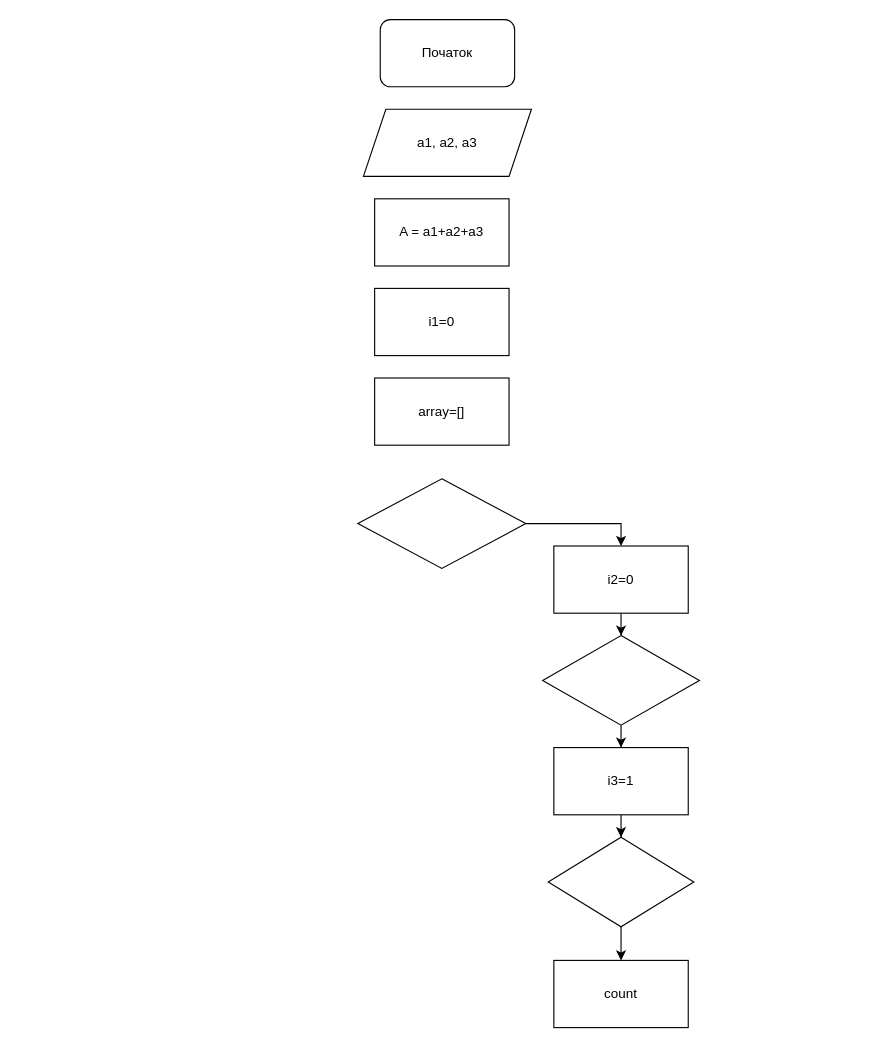
Earlier version of the draw.io diagram Хvar2.drawio (Adamarthis/labs). Source tidied: cells renumbered, new cells numbered last; positions are measured from the earlier drawing's top-left corner, leaving out a move shared by most shapes. Both pictures are drawn from the tidied source at 112%, with x=0, y=0 at pixel (357, 19).
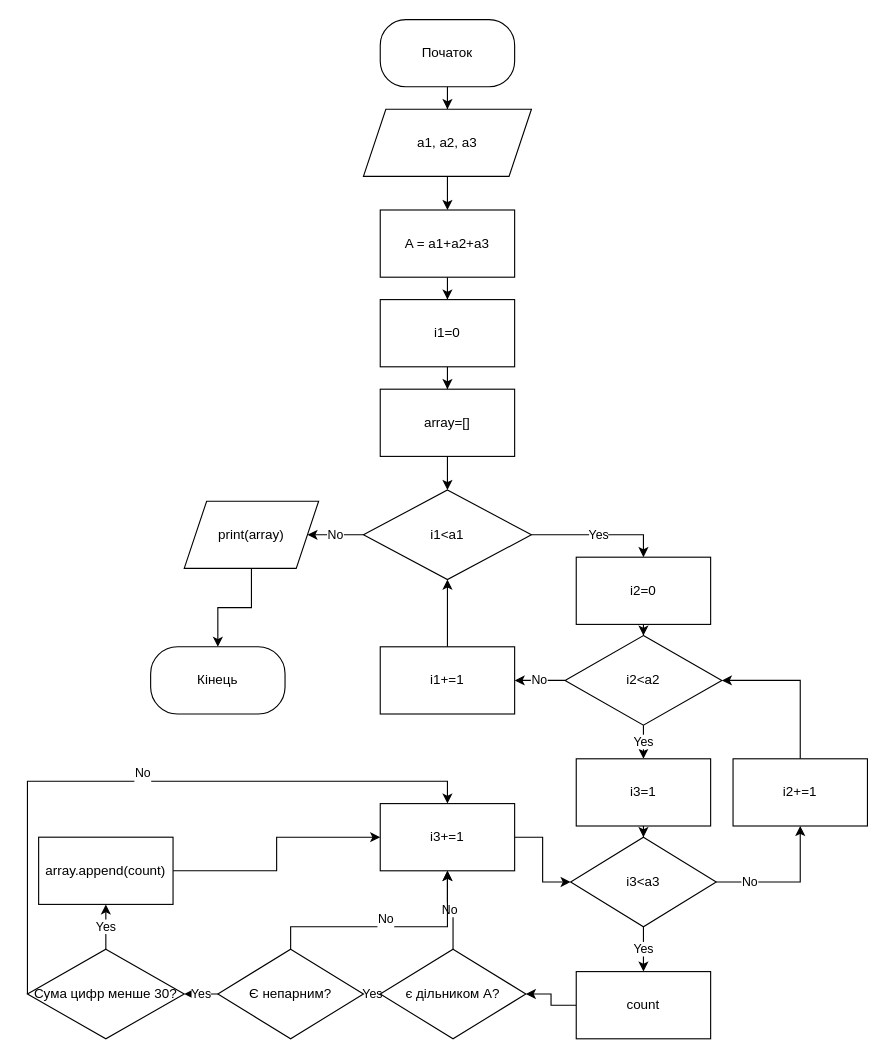
The same diagram, later.

Unchanged cells that the change refers to:
```xml
<mxCell id="3" value="a1, a2, a3" style="shape=parallelogram;perimeter=parallelogramPerimeter;whiteSpace=wrap;html=1;fixedSize=1;" parent="1" vertex="1">
  <mxGeometry x="5" y="80" width="150" height="60" as="geometry" />
</mxCell>
```

Diff of the diagram source:
```diff
@@
+    <mxCell id="18" style="edgeStyle=orthogonalEdgeStyle;rounded=0;jettySize=auto;html=1;entryX=0.5;entryY=0;entryDx=0;entryDy=0;" parent="1" edge="1" source="2" target="3">
+      <mxGeometry relative="1" as="geometry" />
+    </mxCell>
-    <mxCell id="2" value="Початок" style="rounded=1;whiteSpace=wrap;html=1;" parent="1" vertex="1">
+    <mxCell id="2" value="Початок" style="rounded=1;whiteSpace=wrap;html=1;arcSize=38;" parent="1" vertex="1">
       <mxGeometry x="20" width="120" height="60" as="geometry" />
     </mxCell>
+    <mxCell id="19" style="edgeStyle=orthogonalEdgeStyle;rounded=0;jettySize=auto;html=1;entryX=0.5;entryY=0;entryDx=0;entryDy=0;" parent="1" edge="1" source="3" target="4">
+      <mxGeometry relative="1" as="geometry" />
+    </mxCell>
@@
+    <mxCell id="20" style="edgeStyle=orthogonalEdgeStyle;rounded=0;jettySize=auto;html=1;" parent="1" edge="1" source="4" target="5">
+      <mxGeometry relative="1" as="geometry" />
+    </mxCell>
     <mxCell id="4" value="A = a1+a2+a3" style="rounded=0;whiteSpace=wrap;html=1;" parent="1" vertex="1">
-      <mxGeometry x="15" y="160" width="120" height="60" as="geometry" />
+      <mxGeometry x="20" y="170" width="120" height="60" as="geometry" />
     </mxCell>
+    <mxCell id="21" style="edgeStyle=orthogonalEdgeStyle;rounded=0;jettySize=auto;html=1;" parent="1" edge="1" source="5" target="8">
+      <mxGeometry relative="1" as="geometry" />
+    </mxCell>
     <mxCell id="5" value="i1=0" style="rounded=0;whiteSpace=wrap;html=1;" parent="1" vertex="1">
-      <mxGeometry x="15" y="240" width="120" height="60" as="geometry" />
+      <mxGeometry x="20" y="250" width="120" height="60" as="geometry" />
     </mxCell>
-    <mxCell id="6" style="edgeStyle=orthogonalEdgeStyle;rounded=0;jettySize=auto;html=1;entryX=0.5;entryY=0;entryDx=0;entryDy=0;" parent="1" edge="1" source="7" target="10">
+    <mxCell id="6" value="Yes" style="edgeStyle=orthogonalEdgeStyle;rounded=0;jettySize=auto;html=1;entryX=0.5;entryY=0;entryDx=0;entryDy=0;" parent="1" edge="1" source="7" target="10">
       <mxGeometry relative="1" as="geometry" />
     </mxCell>
+    <mxCell id="22" value="No" style="edgeStyle=orthogonalEdgeStyle;rounded=0;jettySize=auto;html=1;" parent="1" edge="1" source="7" target="45">
+      <mxGeometry relative="1" as="geometry" />
+    </mxCell>
-    <mxCell id="7" style="rhombus;whiteSpace=wrap;html=1;" parent="1" vertex="1">
-      <mxGeometry y="410" width="150" height="80" as="geometry" />
+    <mxCell id="7" value="i1&amp;lt;a1" style="rhombus;whiteSpace=wrap;html=1;" parent="1" vertex="1">
+      <mxGeometry x="5" y="420" width="150" height="80" as="geometry" />
     </mxCell>
+    <mxCell id="23" style="edgeStyle=orthogonalEdgeStyle;rounded=0;jettySize=auto;html=1;entryX=0.5;entryY=0;entryDx=0;entryDy=0;" parent="1" edge="1" source="8" target="7">
+      <mxGeometry relative="1" as="geometry" />
+    </mxCell>
     <mxCell id="8" value="array=[]" style="rounded=0;whiteSpace=wrap;html=1;" parent="1" vertex="1">
-      <mxGeometry x="15" y="320" width="120" height="60" as="geometry" />
+      <mxGeometry x="20" y="330" width="120" height="60" as="geometry" />
     </mxCell>
@@
     <mxCell id="10" value="i2=0" style="rounded=0;whiteSpace=wrap;html=1;" parent="1" vertex="1">
-      <mxGeometry x="175" y="470" width="120" height="60" as="geometry" />
+      <mxGeometry x="195" y="480" width="120" height="60" as="geometry" />
     </mxCell>
-    <mxCell id="11" style="edgeStyle=orthogonalEdgeStyle;rounded=0;jettySize=auto;html=1;entryX=0.5;entryY=0;entryDx=0;entryDy=0;" parent="1" edge="1" source="12" target="14">
+    <mxCell id="11" value="Yes" style="edgeStyle=orthogonalEdgeStyle;rounded=0;jettySize=auto;html=1;entryX=0.5;entryY=0;entryDx=0;entryDy=0;" parent="1" edge="1" source="12" target="14">
       <mxGeometry relative="1" as="geometry" />
     </mxCell>
+    <mxCell id="24" value="No" style="edgeStyle=orthogonalEdgeStyle;rounded=0;jettySize=auto;html=1;entryX=1;entryY=0.5;entryDx=0;entryDy=0;" parent="1" edge="1" source="12" target="43">
+      <mxGeometry relative="1" as="geometry" />
+    </mxCell>
-    <mxCell id="12" style="rhombus;whiteSpace=wrap;html=1;rounded=0;" parent="1" vertex="1">
-      <mxGeometry x="165" y="550" width="140" height="80" as="geometry" />
+    <mxCell id="12" value="i2&amp;lt;a2" style="rhombus;whiteSpace=wrap;html=1;rounded=0;" parent="1" vertex="1">
+      <mxGeometry x="185" y="550" width="140" height="80" as="geometry" />
     </mxCell>
@@
     <mxCell id="14" value="i3=1" style="whiteSpace=wrap;html=1;rounded=0;" parent="1" vertex="1">
-      <mxGeometry x="175" y="650" width="120" height="60" as="geometry" />
+      <mxGeometry x="195" y="660" width="120" height="60" as="geometry" />
     </mxCell>
-    <mxCell id="15" style="edgeStyle=orthogonalEdgeStyle;rounded=0;jettySize=auto;html=1;" parent="1" edge="1" source="16" target="17">
+    <mxCell id="15" value="Yes" style="edgeStyle=orthogonalEdgeStyle;rounded=0;jettySize=auto;html=1;" parent="1" edge="1" source="16" target="17">
       <mxGeometry relative="1" as="geometry" />
     </mxCell>
+    <mxCell id="25" value="No" style="edgeStyle=orthogonalEdgeStyle;rounded=0;jettySize=auto;html=1;entryX=0.5;entryY=1;entryDx=0;entryDy=0;" parent="1" edge="1" source="16" target="41">
+      <mxGeometry x="-0.52" relative="1" as="geometry">
+        <Array as="points">
+          <mxPoint x="395" y="770" />
+        </Array>
+      </mxGeometry>
+    </mxCell>
-    <mxCell id="16" style="rhombus;whiteSpace=wrap;html=1;rounded=0;" parent="1" vertex="1">
-      <mxGeometry x="170" y="730" width="130" height="80" as="geometry" />
+    <mxCell id="16" value="i3&amp;lt;a3" style="rhombus;whiteSpace=wrap;html=1;rounded=0;" parent="1" vertex="1">
+      <mxGeometry x="190" y="730" width="130" height="80" as="geometry" />
     </mxCell>
+    <mxCell id="26" style="edgeStyle=orthogonalEdgeStyle;rounded=0;jettySize=auto;html=1;" parent="1" edge="1" source="17" target="29">
+      <mxGeometry relative="1" as="geometry" />
+    </mxCell>
     <mxCell id="17" value="count" style="whiteSpace=wrap;html=1;rounded=0;" parent="1" vertex="1">
-      <mxGeometry x="175" y="840" width="120" height="60" as="geometry" />
+      <mxGeometry x="195" y="850" width="120" height="60" as="geometry" />
     </mxCell>
+    <mxCell id="27" value="Yes" style="edgeStyle=orthogonalEdgeStyle;rounded=0;jettySize=auto;html=1;" parent="1" edge="1" source="29" target="32">
+      <mxGeometry relative="1" as="geometry" />
+    </mxCell>
+    <mxCell id="28" value="No" style="edgeStyle=orthogonalEdgeStyle;rounded=0;jettySize=auto;html=1;entryX=0.5;entryY=1;entryDx=0;entryDy=0;" parent="1" edge="1" source="29" target="39">
+      <mxGeometry relative="1" as="geometry">
+        <Array as="points">
+          <mxPoint x="85" y="795" />
+          <mxPoint x="80" y="795" />
+        </Array>
+      </mxGeometry>
+    </mxCell>
+    <mxCell id="29" value="є дільником А?" style="rhombus;whiteSpace=wrap;html=1;rounded=0;" parent="1" vertex="1">
+      <mxGeometry x="20" y="830" width="130" height="80" as="geometry" />
+    </mxCell>
+    <mxCell id="30" value="Yes" style="edgeStyle=orthogonalEdgeStyle;rounded=0;jettySize=auto;html=1;" parent="1" edge="1" source="32" target="35">
+      <mxGeometry relative="1" as="geometry" />
+    </mxCell>
+    <mxCell id="31" value="&#10;&lt;span style=&quot;color: rgb(0, 0, 0); font-family: Helvetica; font-size: 11px; font-style: normal; font-variant-ligatures: normal; font-variant-caps: normal; font-weight: 400; letter-spacing: normal; orphans: 2; text-align: center; text-indent: 0px; text-transform: none; widows: 2; word-spacing: 0px; -webkit-text-stroke-width: 0px; white-space: nowrap; background-color: rgb(255, 255, 255); text-decoration-thickness: initial; text-decoration-style: initial; text-decoration-color: initial; display: inline !important; float: none;&quot;&gt;No&lt;/span&gt;&#10;&#10;" style="edgeStyle=orthogonalEdgeStyle;rounded=0;jettySize=auto;html=1;entryX=0.5;entryY=1;entryDx=0;entryDy=0;" parent="1" edge="1" source="32" target="39">
+      <mxGeometry relative="1" as="geometry">
+        <Array as="points">
+          <mxPoint x="-60" y="810" />
+          <mxPoint x="80" y="810" />
+        </Array>
+      </mxGeometry>
+    </mxCell>
+    <mxCell id="32" value="Є непарним?" style="rhombus;whiteSpace=wrap;html=1;rounded=0;" parent="1" vertex="1">
+      <mxGeometry x="-125" y="830" width="130" height="80" as="geometry" />
+    </mxCell>
+    <mxCell id="33" value="Yes" style="edgeStyle=orthogonalEdgeStyle;rounded=0;jettySize=auto;html=1;" parent="1" edge="1" source="35" target="37">
+      <mxGeometry relative="1" as="geometry" />
+    </mxCell>
+    <mxCell id="34" value="&#10;&lt;span style=&quot;color: rgb(0, 0, 0); font-family: Helvetica; font-size: 11px; font-style: normal; font-variant-ligatures: normal; font-variant-caps: normal; font-weight: 400; letter-spacing: normal; orphans: 2; text-align: center; text-indent: 0px; text-transform: none; widows: 2; word-spacing: 0px; -webkit-text-stroke-width: 0px; white-space: nowrap; background-color: rgb(255, 255, 255); text-decoration-thickness: initial; text-decoration-style: initial; text-decoration-color: initial; display: inline !important; float: none;&quot;&gt;No&lt;/span&gt;&#10;&#10;" style="edgeStyle=orthogonalEdgeStyle;rounded=0;jettySize=auto;html=1;entryX=0.5;entryY=0;entryDx=0;entryDy=0;" parent="1" edge="1" source="35" target="39">
+      <mxGeometry relative="1" as="geometry">
+        <Array as="points">
+          <mxPoint x="-295" y="680" />
+          <mxPoint x="80" y="680" />
+        </Array>
+      </mxGeometry>
+    </mxCell>
+    <mxCell id="35" value="Сума цифр менше 30?" style="rhombus;whiteSpace=wrap;html=1;rounded=0;" parent="1" vertex="1">
+      <mxGeometry x="-295" y="830" width="140" height="80" as="geometry" />
+    </mxCell>
+    <mxCell id="36" style="edgeStyle=orthogonalEdgeStyle;rounded=0;jettySize=auto;html=1;entryX=0;entryY=0.5;entryDx=0;entryDy=0;" parent="1" edge="1" source="37" target="39">
+      <mxGeometry relative="1" as="geometry" />
+    </mxCell>
+    <mxCell id="37" value="array.append(count)" style="whiteSpace=wrap;html=1;rounded=0;" parent="1" vertex="1">
+      <mxGeometry x="-285" y="730" width="120" height="60" as="geometry" />
+    </mxCell>
+    <mxCell id="38" style="edgeStyle=orthogonalEdgeStyle;rounded=0;jettySize=auto;html=1;entryX=0;entryY=0.5;entryDx=0;entryDy=0;" parent="1" edge="1" source="39" target="16">
+      <mxGeometry relative="1" as="geometry" />
+    </mxCell>
+    <mxCell id="39" value="i3+=1" style="rounded=0;whiteSpace=wrap;html=1;" parent="1" vertex="1">
+      <mxGeometry x="20" y="700" width="120" height="60" as="geometry" />
+    </mxCell>
+    <mxCell id="40" style="edgeStyle=orthogonalEdgeStyle;rounded=0;jettySize=auto;html=1;entryX=1;entryY=0.5;entryDx=0;entryDy=0;" parent="1" edge="1" source="41" target="12">
+      <mxGeometry relative="1" as="geometry">
+        <Array as="points">
+          <mxPoint x="395" y="590" />
+        </Array>
+      </mxGeometry>
+    </mxCell>
+    <mxCell id="41" value="i2+=1" style="rounded=0;whiteSpace=wrap;html=1;" parent="1" vertex="1">
+      <mxGeometry x="335" y="660" width="120" height="60" as="geometry" />
+    </mxCell>
+    <mxCell id="42" style="edgeStyle=orthogonalEdgeStyle;rounded=0;jettySize=auto;html=1;entryX=0.5;entryY=1;entryDx=0;entryDy=0;" parent="1" edge="1" source="43" target="7">
+      <mxGeometry relative="1" as="geometry" />
+    </mxCell>
+    <mxCell id="43" value="i1+=1" style="rounded=0;whiteSpace=wrap;html=1;" parent="1" vertex="1">
+      <mxGeometry x="20" y="560" width="120" height="60" as="geometry" />
+    </mxCell>
+    <mxCell id="44" style="edgeStyle=orthogonalEdgeStyle;rounded=0;jettySize=auto;html=1;" parent="1" edge="1" source="45" target="46">
+      <mxGeometry relative="1" as="geometry" />
+    </mxCell>
+    <mxCell id="45" value="print(array)" style="shape=parallelogram;perimeter=parallelogramPerimeter;whiteSpace=wrap;html=1;fixedSize=1;" parent="1" vertex="1">
+      <mxGeometry x="-155" y="430" width="120" height="60" as="geometry" />
+    </mxCell>
+    <mxCell id="46" value="Кінець" style="rounded=1;whiteSpace=wrap;html=1;arcSize=40;" parent="1" vertex="1">
+      <mxGeometry x="-185" y="560" width="120" height="60" as="geometry" />
+    </mxCell>
```
